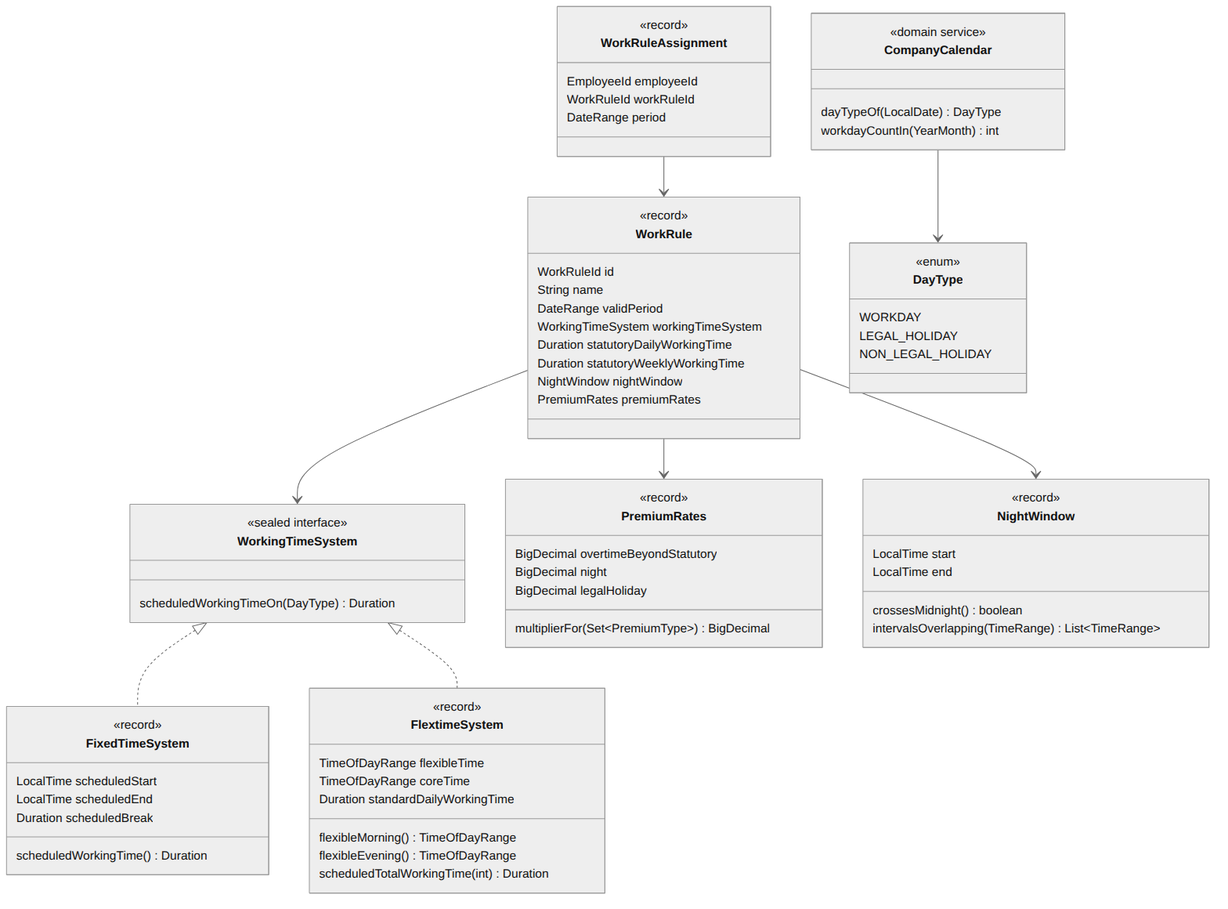
masaki-i02/newJavaProject keeps this Mermaid diagram as doc/02_詳細設計/02_就業規則・カレンダー/images/ドメインモデル.png. Above is the earlier version. Its source is kept beside it as doc/02_詳細設計/02_就業規則・カレンダー/diagrams/ドメインモデル.mmd. Source of this version:
```mermaid
classDiagram
    direction TB

    class WorkRule {
        <<record>>
        WorkRuleId id
        String name
        DateRange validPeriod
        WorkingTimeSystem workingTimeSystem
        Duration statutoryDailyWorkingTime
        Duration statutoryWeeklyWorkingTime
        NightWindow nightWindow
        PremiumRates premiumRates
    }

    class WorkingTimeSystem {
        <<sealed interface>>
        scheduledWorkingTimeOn(DayType) Duration
    }
    class FixedTimeSystem {
        <<record>>
        LocalTime scheduledStart
        LocalTime scheduledEnd
        Duration scheduledBreak
        scheduledWorkingTime() Duration
    }
    class FlextimeSystem {
        <<record>>
        TimeOfDayRange flexibleTime
        TimeOfDayRange coreTime
        Duration standardDailyWorkingTime
        flexibleMorning() TimeOfDayRange
        flexibleEvening() TimeOfDayRange
        scheduledTotalWorkingTime(int) Duration
    }

    class PremiumRates {
        <<record>>
        BigDecimal overtimeBeyondStatutory
        BigDecimal night
        BigDecimal legalHoliday
        multiplierFor(Set~PremiumType~) BigDecimal
    }
    class NightWindow {
        <<record>>
        LocalTime start
        LocalTime end
        crossesMidnight() boolean
        intervalsOverlapping(TimeRange) List~TimeRange~
    }
    class DayType {
        <<enum>>
        WORKDAY
        LEGAL_HOLIDAY
        NON_LEGAL_HOLIDAY
    }
    class CompanyCalendar {
        <<domain service>>
        dayTypeOf(LocalDate) DayType
        workdayCountIn(YearMonth) int
    }
    class WorkRuleAssignment {
        <<record>>
        EmployeeId employeeId
        WorkRuleId workRuleId
        DateRange period
    }

    WorkingTimeSystem <|.. FixedTimeSystem
    WorkingTimeSystem <|.. FlextimeSystem
    WorkRule --> WorkingTimeSystem
    WorkRule --> PremiumRates
    WorkRule --> NightWindow
    CompanyCalendar --> DayType
    WorkRuleAssignment --> WorkRule
```
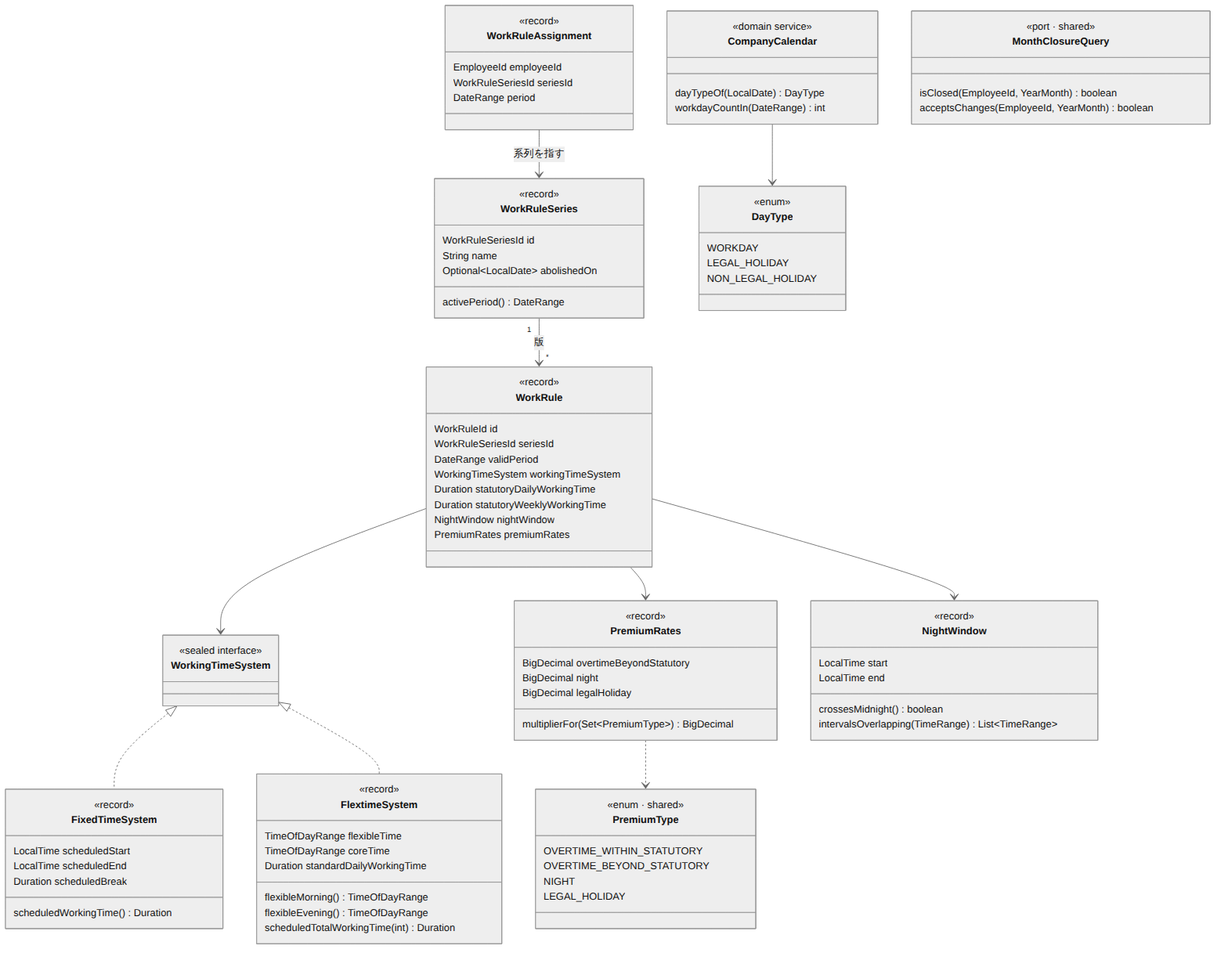
The same diagram one commit later.

The edit, as a diff of the source:
```diff
@@ -1,10 +1,18 @@
 classDiagram
     direction TB
+
+    class WorkRuleSeries {
+        <<record>>
+        WorkRuleSeriesId id
+        String name
+        Optional~LocalDate~ abolishedOn
+        activePeriod() DateRange
+    }
 
     class WorkRule {
         <<record>>
         WorkRuleId id
-        String name
+        WorkRuleSeriesId seriesId
         DateRange validPeriod
         WorkingTimeSystem workingTimeSystem
         Duration statutoryDailyWorkingTime
@@ -15,7 +23,6 @@
 
     class WorkingTimeSystem {
         <<sealed interface>>
-        scheduledWorkingTimeOn(DayType) Duration
     }
     class FixedTimeSystem {
         <<record>>
@@ -57,19 +64,33 @@
     class CompanyCalendar {
         <<domain service>>
         dayTypeOf(LocalDate) DayType
-        workdayCountIn(YearMonth) int
+        workdayCountIn(DateRange) int
     }
     class WorkRuleAssignment {
         <<record>>
         EmployeeId employeeId
-        WorkRuleId workRuleId
+        WorkRuleSeriesId seriesId
         DateRange period
+    }
+    class PremiumType {
+        <<enum · shared>>
+        OVERTIME_WITHIN_STATUTORY
+        OVERTIME_BEYOND_STATUTORY
+        NIGHT
+        LEGAL_HOLIDAY
+    }
+    class MonthClosureQuery {
+        <<port · shared>>
+        isClosed(EmployeeId, YearMonth) boolean
+        acceptsChanges(EmployeeId, YearMonth) boolean
     }
 
     WorkingTimeSystem <|.. FixedTimeSystem
     WorkingTimeSystem <|.. FlextimeSystem
+    WorkRuleSeries "1" --> "*" WorkRule : 版
     WorkRule --> WorkingTimeSystem
     WorkRule --> PremiumRates
     WorkRule --> NightWindow
+    PremiumRates ..> PremiumType
     CompanyCalendar --> DayType
-    WorkRuleAssignment --> WorkRule
+    WorkRuleAssignment --> WorkRuleSeries : 系列を指す
```
